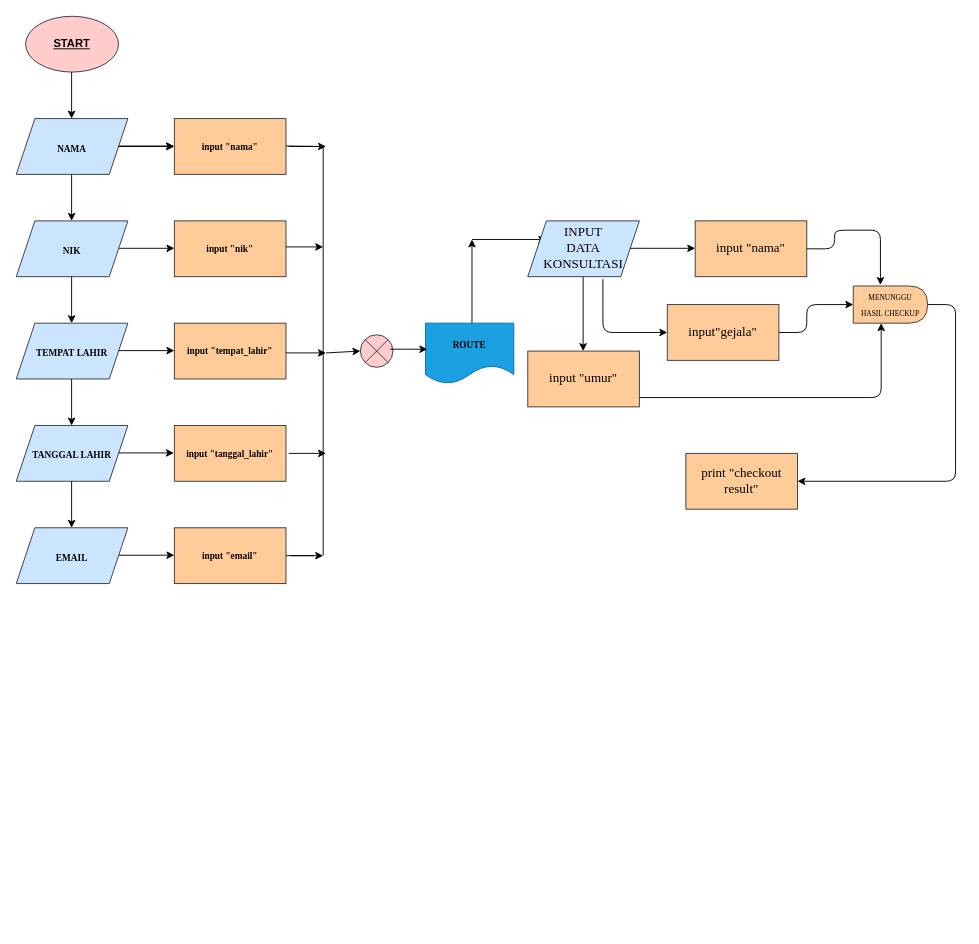
Before: flowchart-hospital_admission.drawio in CarlosAprillio2002/carlos_aprillio-hospital_admission, a draw.io diagram. Source tidied: cells renumbered, new cells numbered last; positions are measured from the earlier drawing's top-left corner, leaving out a move shared by most shapes. Both pictures are drawn from the tidied source at 93%, with x=0, y=0 at pixel (16, 16).
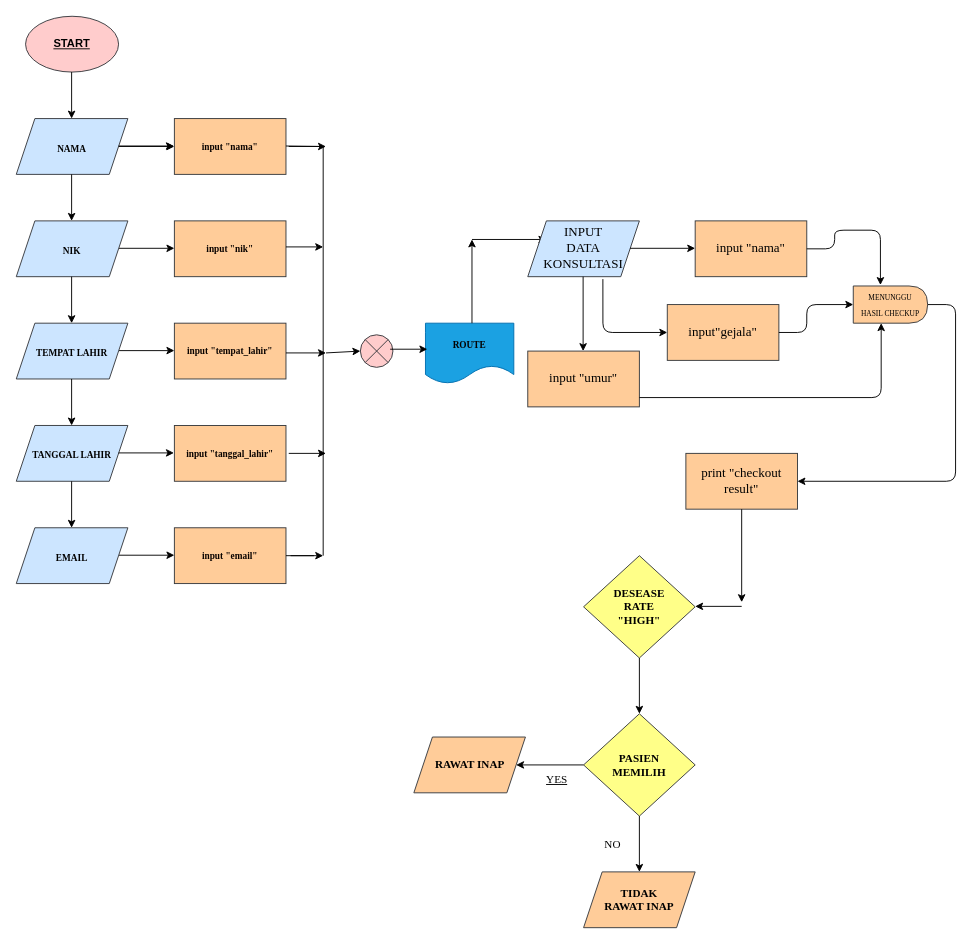
After the change.

Commit message:
Feature Condition memilih rawat inap atau tidak

Unchanged cells that the change refers to:
```xml
<mxCell id="49" value="&lt;font color=&quot;#000000&quot;&gt;print &quot;checkout result&quot;&lt;/font&gt;" style="rounded=0;whiteSpace=wrap;html=1;shadow=0;sketch=0;fontFamily=Times New Roman;fontSize=14;strokeColor=#36393d;fillColor=#ffcc99;" parent="1" vertex="1">
  <mxGeometry x="720" y="470" width="120" height="60" as="geometry" />
</mxCell>
```

What changed in the source:
```diff
@@
+    <mxCell id="51" value="&lt;font color=&quot;#000000&quot;&gt;&lt;b&gt;&lt;font style=&quot;font-size: 12px&quot;&gt;DESEASE&lt;br&gt;RATE&lt;br&gt;&quot;HIGH&quot;&lt;/font&gt;&lt;br&gt;&lt;/b&gt;&lt;/font&gt;" style="rhombus;whiteSpace=wrap;html=1;shadow=0;sketch=0;fontFamily=Times New Roman;fontSize=8;strokeColor=#36393d;fillColor=#ffff88;" parent="1" vertex="1">
+      <mxGeometry x="610" y="580" width="120" height="110" as="geometry" />
+    </mxCell>
+    <mxCell id="52" style="endArrow=classic;html=1;labelBackgroundColor=default;fontFamily=Times New Roman;fontSize=8;fontColor=#000000;strokeColor=#000000;exitX=0.5;exitY=1;exitDx=0;exitDy=0;" parent="1" edge="1" source="49">
+      <mxGeometry relative="1" as="geometry">
+        <mxPoint x="780" y="630" as="targetPoint" />
+      </mxGeometry>
+    </mxCell>
+    <mxCell id="53" style="endArrow=classic;html=1;labelBackgroundColor=default;fontFamily=Times New Roman;fontSize=8;fontColor=#000000;strokeColor=#000000;" parent="1" edge="1">
+      <mxGeometry relative="1" as="geometry">
+        <mxPoint x="780" y="634.5" as="sourcePoint" />
+        <mxPoint x="730" y="634.5" as="targetPoint" />
+      </mxGeometry>
+    </mxCell>
+    <mxCell id="54" value="&lt;font color=&quot;#000000&quot;&gt;&lt;b&gt;PASIEN&lt;br&gt;MEMILIH&lt;/b&gt;&lt;/font&gt;" style="rhombus;whiteSpace=wrap;html=1;shadow=0;sketch=0;fontFamily=Times New Roman;fontSize=12;strokeColor=#36393d;fillColor=#ffff88;" parent="1" vertex="1">
+      <mxGeometry x="610" y="750" width="120" height="110" as="geometry" />
+    </mxCell>
+    <mxCell id="55" style="endArrow=classic;html=1;labelBackgroundColor=default;fontFamily=Times New Roman;fontSize=12;fontColor=#000000;strokeColor=#000000;entryX=0.5;entryY=0;entryDx=0;entryDy=0;" parent="1" edge="1" target="54">
+      <mxGeometry relative="1" as="geometry">
+        <mxPoint x="670" y="690" as="sourcePoint" />
+      </mxGeometry>
+    </mxCell>
+    <mxCell id="56" value="&lt;font color=&quot;#000000&quot;&gt;&lt;b&gt;RAWAT INAP&lt;/b&gt;&lt;/font&gt;" style="shape=parallelogram;perimeter=parallelogramPerimeter;whiteSpace=wrap;html=1;fixedSize=1;shadow=0;sketch=0;fontFamily=Times New Roman;fontSize=12;strokeColor=#36393d;fillColor=#ffcc99;" parent="1" vertex="1">
+      <mxGeometry x="427.5" y="775" width="120" height="60" as="geometry" />
+    </mxCell>
+    <mxCell id="57" value="&lt;b&gt;&lt;font color=&quot;#000000&quot;&gt;TIDAK&lt;br&gt;RAWAT INAP&lt;/font&gt;&lt;/b&gt;" style="shape=parallelogram;perimeter=parallelogramPerimeter;whiteSpace=wrap;html=1;fixedSize=1;shadow=0;sketch=0;fontFamily=Times New Roman;fontSize=12;strokeColor=#36393d;fillColor=#ffcc99;" parent="1" vertex="1">
+      <mxGeometry x="610" y="920" width="120" height="60" as="geometry" />
+    </mxCell>
+    <mxCell id="58" style="endArrow=classic;html=1;labelBackgroundColor=default;fontFamily=Times New Roman;fontSize=12;fontColor=#000000;strokeColor=#000000;entryX=1;entryY=0.5;entryDx=0;entryDy=0;exitX=0;exitY=0.5;exitDx=0;exitDy=0;" parent="1" edge="1" source="54" target="56">
+      <mxGeometry relative="1" as="geometry" />
+    </mxCell>
+    <mxCell id="59" value="YES" style="edgeLabel;html=1;align=center;verticalAlign=middle;fontSize=12;fontFamily=Times New Roman;fontColor=#000000;labelBackgroundColor=#FFFFFF;fontStyle=4;" parent="58" vertex="1">
+      <mxGeometry x="-0.25" y="1" relative="1" as="geometry">
+        <mxPoint x="-3" y="14" as="offset" />
+      </mxGeometry>
+    </mxCell>
+    <mxCell id="60" style="endArrow=classic;html=1;labelBackgroundColor=default;fontFamily=Times New Roman;fontSize=12;fontColor=#000000;strokeColor=#000000;entryX=0.5;entryY=0;entryDx=0;entryDy=0;" parent="1" edge="1">
+      <mxGeometry relative="1" as="geometry">
+        <mxPoint x="670" y="860" as="sourcePoint" />
+        <mxPoint x="670" y="920" as="targetPoint" />
+      </mxGeometry>
+    </mxCell>
+    <mxCell id="61" value="&lt;span style=&quot;background-color: rgb(255 , 255 , 255)&quot;&gt;NO&lt;/span&gt;" style="edgeLabel;html=1;align=center;verticalAlign=middle;fontSize=12;fontFamily=Times New Roman;fontColor=#000000;" parent="60" vertex="1">
+      <mxGeometry x="-0.54" y="2" relative="1" as="geometry">
+        <mxPoint x="-32" y="16" as="offset" />
+      </mxGeometry>
+    </mxCell>
```
